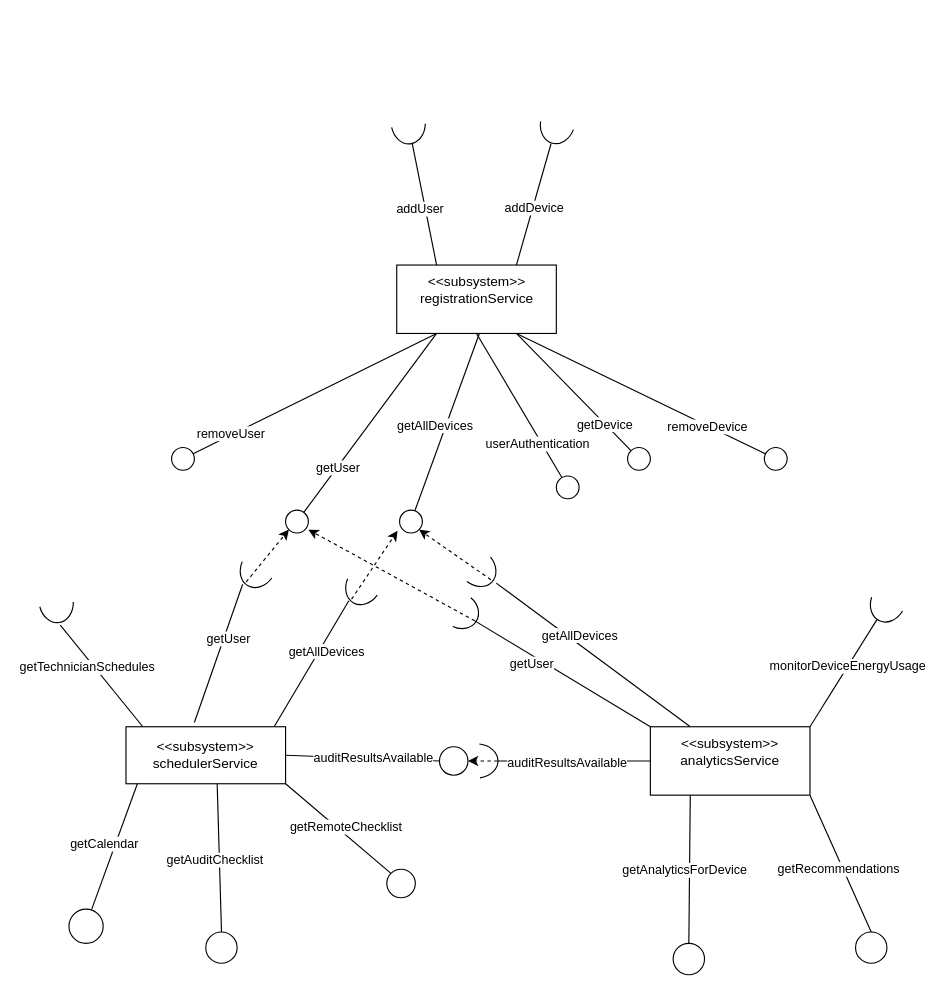
Above: milestone-2/C&C_Diagram.drawio in uvic-teach/project-m1-team15 (draw.io), before the change. Source tidied: cells renumbered, new cells numbered last; positions are measured from the earlier drawing's top-left corner, leaving out a move shared by most shapes. Both pictures are drawn from the tidied source at 114%, with x=0, y=0 at pixel (34, 19).
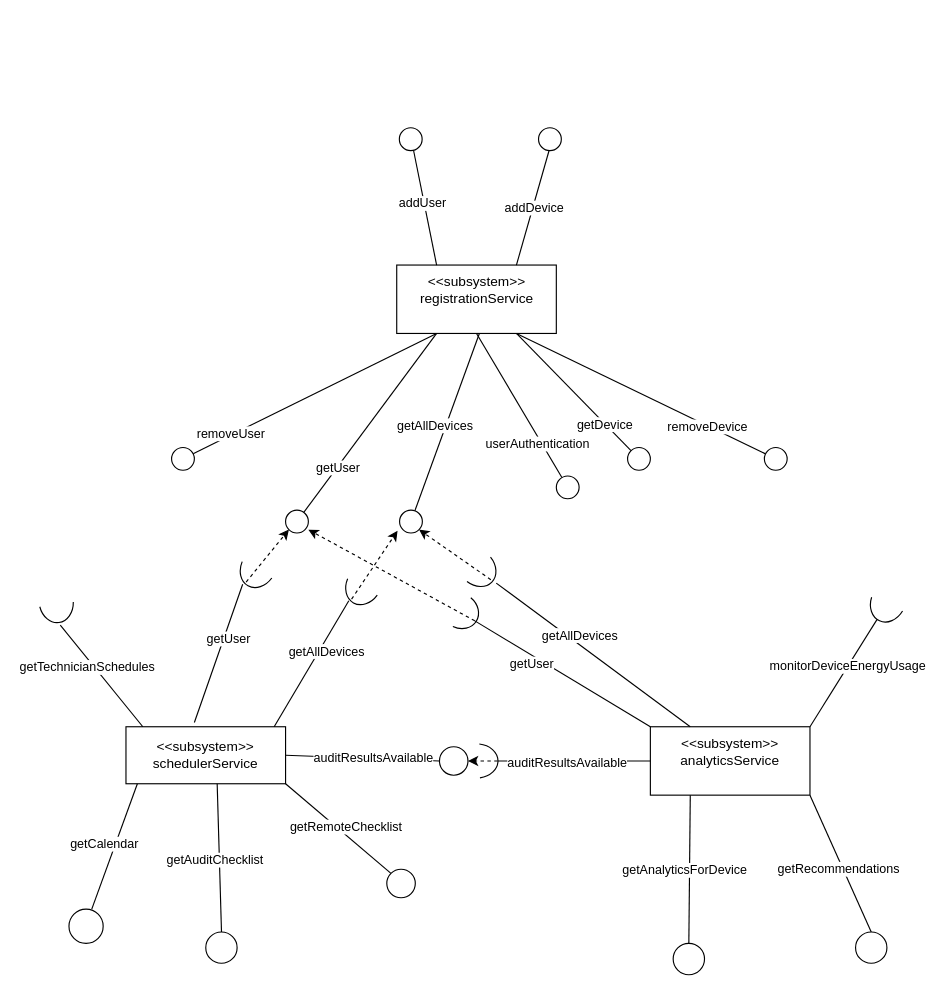
The same page after the edit.

The change refers to these unchanged cells:
```xml
<mxCell id="11" value="registrationService" style="rounded=0;whiteSpace=wrap;html=1;" parent="1" vertex="1">
  <mxGeometry x="317.5" y="215" width="140" height="60" as="geometry" />
</mxCell>
```

What changed in the source:
```diff
@@
-    <mxCell id="28" style="endArrow=none;html=1;rounded=0;exitX=0.75;exitY=0;exitDx=0;exitDy=0;entryX=-0.013;entryY=0.471;entryDx=0;entryDy=0;entryPerimeter=0;" parent="1" edge="1" source="11" target="33">
-      <mxGeometry relative="1" as="geometry" />
+    <mxCell id="28" style="endArrow=none;html=1;rounded=0;exitX=0.75;exitY=0;exitDx=0;exitDy=0;entryX=-0.013;entryY=0.471;entryDx=0;entryDy=0;entryPerimeter=0;" parent="1" edge="1" source="11">
+      <mxGeometry relative="1" as="geometry">
+        <mxPoint x="452.9" y="108.4" as="targetPoint" />
+      </mxGeometry>
     </mxCell>
@@
-    <mxCell id="30" style="endArrow=none;html=1;rounded=0;exitX=0.25;exitY=0;exitDx=0;exitDy=0;entryX=-0.002;entryY=0.565;entryDx=0;entryDy=0;entryPerimeter=0;" parent="1" edge="1" source="11" target="32">
-      <mxGeometry relative="1" as="geometry" />
+    <mxCell id="30" style="endArrow=none;html=1;rounded=0;exitX=0.25;exitY=0;exitDx=0;exitDy=0;entryX=-0.002;entryY=0.565;entryDx=0;entryDy=0;entryPerimeter=0;" parent="1" edge="1" source="11">
+      <mxGeometry relative="1" as="geometry">
+        <mxPoint x="331.1" y="108.6" as="targetPoint" />
+      </mxGeometry>
     </mxCell>
     <mxCell id="31" value="addUser" style="edgeLabel;html=1;align=center;verticalAlign=middle;" parent="30" vertex="1">
       <mxGeometry x="-0.1" y="-3" relative="1" as="geometry">
-        <mxPoint x="-8" y="-1" as="offset" />
+        <mxPoint x="-6" y="-6" as="offset" />
       </mxGeometry>
     </mxCell>
-    <mxCell id="32" style="verticalLabelPosition=bottom;verticalAlign=top;html=1;shape=mxgraph.basic.arc;startAngle=0.5205747559124867;endAngle=0.9747492307754936;rotation=-95;" parent="1" vertex="1">
-      <mxGeometry x="308.8" y="75" width="37.5" height="30" as="geometry" />
-    </mxCell>
-    <mxCell id="33" style="verticalLabelPosition=bottom;verticalAlign=top;html=1;shape=mxgraph.basic.arc;startAngle=0.5205747559124867;endAngle=0.9747492307754936;rotation=-75;" parent="1" vertex="1">
-      <mxGeometry x="440" y="75" width="37.5" height="30" as="geometry" />
-    </mxCell>
@@
+    <mxCell id="83" style="ellipse;whiteSpace=wrap;html=1;" parent="1" vertex="1">
+      <mxGeometry x="319.8" y="94.6" width="20" height="20" as="geometry" />
+    </mxCell>
+    <mxCell id="84" style="ellipse;whiteSpace=wrap;html=1;" parent="1" vertex="1">
+      <mxGeometry x="441.9" y="94.6" width="20" height="20" as="geometry" />
+    </mxCell>
```
